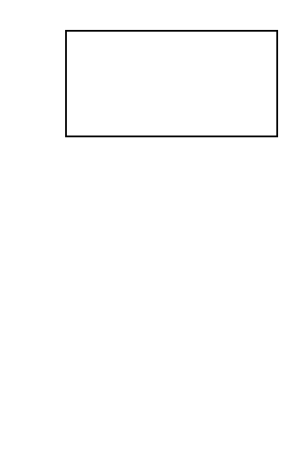
VishalSinghDevops/VishalSinghDevops keeps this draw.io diagram as modules/aws/aws.drawio. Above is the earlier version. Source tidied: cells renumbered, new cells numbered last; positions are measured from the earlier drawing's top-left corner, leaving out a move shared by most shapes. Both pictures are drawn from the tidied source at 176%, with x=0, y=0 at pixel (65, 30).
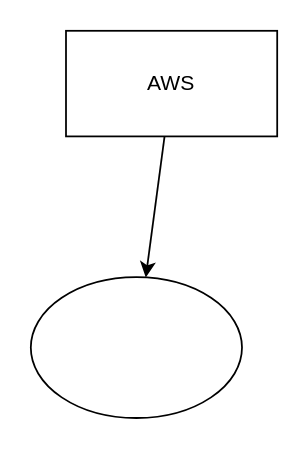
The same page after the edit.

Diff of the diagram source:
```diff
@@
 <mxGraphModel>
   <root>
     <mxCell id="0" />
     <mxCell id="1" parent="0" />
+    <mxCell id="3" style="edgeStyle=none;html=1;flowAnimation=1;" parent="1" edge="1" source="2" target="4">
+      <mxGeometry relative="1" as="geometry" />
+    </mxCell>
-    <mxCell id="2" style="rounded=0;whiteSpace=wrap;html=1;" parent="1" vertex="1">
+    <mxCell id="2" value="AWS" style="rounded=0;whiteSpace=wrap;html=1;" parent="1" vertex="1">
       <mxGeometry width="120" height="60" as="geometry" />
     </mxCell>
+    <mxCell id="4" style="ellipse;whiteSpace=wrap;html=1;" parent="1" vertex="1">
+      <mxGeometry x="-20" y="140" width="120" height="80" as="geometry" />
+    </mxCell>
   </root>
 </mxGraphModel>
```
